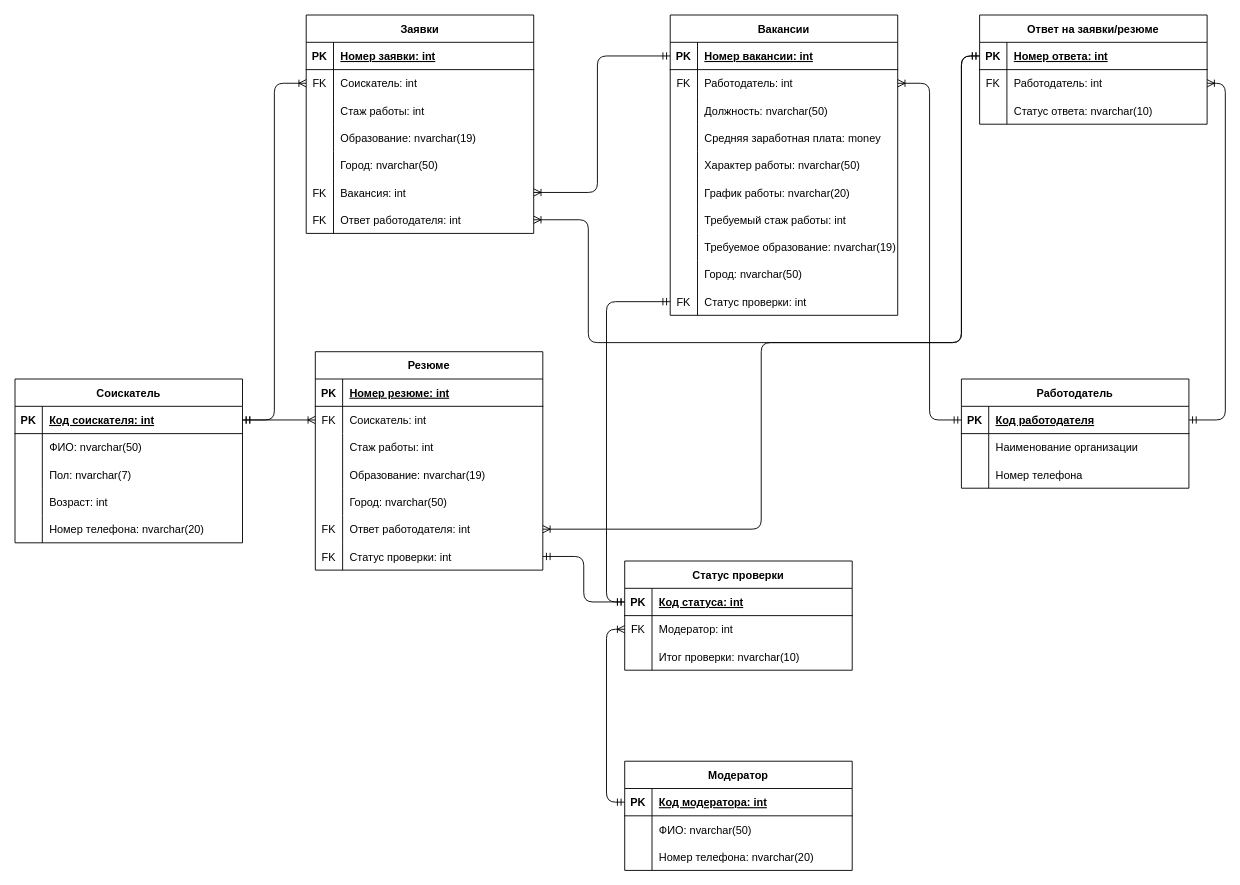
Before: Diagrams/Entity Relationship Diagram.drawio in FullOfDelirium/Employment-agency, a draw.io diagram. Source tidied: cells renumbered, new cells numbered last; positions are measured from the earlier drawing's top-left corner, leaving out a move shared by most shapes. Both pictures are drawn from the tidied source at 91%, with x=0, y=0 at pixel (15, 15).
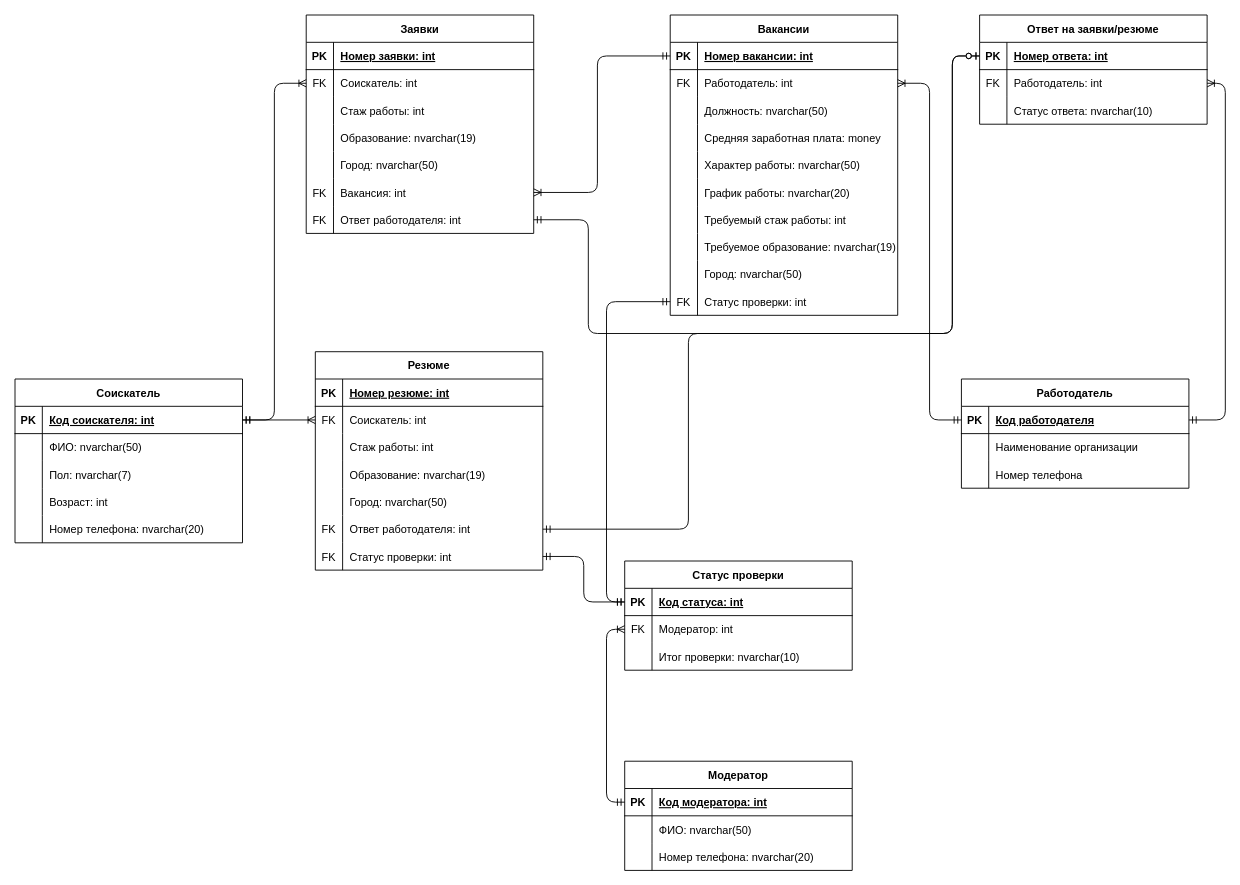
After the change.

The change refers to these unchanged cells:
```xml
<mxCell id="18" style="shape=partialRectangle;fillColor=none;points=[[0,0.5],[1,0.5]];portConstraint=eastwest;top=0;left=0;right=0;bottom=0;" parent="2" vertex="1">
  <mxGeometry y="180" width="250" height="30" as="geometry" />
</mxCell>
<mxCell id="74" style="shape=partialRectangle;fillColor=none;points=[[0,0.5],[1,0.5]];portConstraint=eastwest;top=0;left=0;right=0;bottom=0;" parent="55" vertex="1">
  <mxGeometry y="210" width="250" height="30" as="geometry" />
</mxCell>
<mxCell id="117" style="shape=partialRectangle;fillColor=none;points=[[0,0.5],[1,0.5]];portConstraint=eastwest;top=0;left=0;right=0;bottom=1;" parent="116" vertex="1">
  <mxGeometry y="30" width="250" height="30" as="geometry" />
</mxCell>
```

Change to the diagram source:
```diff
@@
-    <mxCell id="141" style="edgeStyle=orthogonalEdgeStyle;rounded=1;jettySize=auto;html=1;entryX=1;entryY=0.5;entryDx=0;entryDy=0;startArrow=ERmandOne;startFill=0;endArrow=ERoneToMany;endFill=0;" parent="1" edge="1" source="117" target="74">
+    <mxCell id="141" style="edgeStyle=orthogonalEdgeStyle;rounded=1;jettySize=auto;html=1;entryX=1;entryY=0.5;entryDx=0;entryDy=0;startArrow=ERzeroToOne;startFill=0;endArrow=ERmandOne;endFill=0;exitX=0;exitY=0.5;exitDx=0;exitDy=0;" parent="1" edge="1" source="117" target="74">
       <mxGeometry relative="1" as="geometry">
         <Array as="points">
-          <mxPoint x="1040" y="45" />
-          <mxPoint x="1040" y="360" />
-          <mxPoint x="630" y="360" />
+          <mxPoint x="1030" y="45" />
+          <mxPoint x="1030" y="350" />
+          <mxPoint x="630" y="350" />
           <mxPoint x="630" y="225" />
         </Array>
       </mxGeometry>
     </mxCell>
-    <mxCell id="142" style="edgeStyle=orthogonalEdgeStyle;rounded=1;jettySize=auto;html=1;entryX=1;entryY=0.5;entryDx=0;entryDy=0;startArrow=ERmandOne;startFill=0;endArrow=ERoneToMany;endFill=0;" parent="1" edge="1" source="117" target="18">
+    <mxCell id="142" style="edgeStyle=orthogonalEdgeStyle;rounded=1;jettySize=auto;html=1;entryX=1;entryY=0.5;entryDx=0;entryDy=0;startArrow=ERzeroToOne;startFill=0;endArrow=ERmandOne;endFill=0;exitX=0;exitY=0.5;exitDx=0;exitDy=0;" parent="1" edge="1" source="117" target="18">
       <mxGeometry relative="1" as="geometry">
         <Array as="points">
-          <mxPoint x="1040" y="45" />
-          <mxPoint x="1040" y="360" />
-          <mxPoint x="820" y="360" />
-          <mxPoint x="820" y="565" />
+          <mxPoint x="1030" y="45" />
+          <mxPoint x="1030" y="350" />
+          <mxPoint x="740" y="350" />
+          <mxPoint x="740" y="565" />
         </Array>
       </mxGeometry>
     </mxCell>
```
